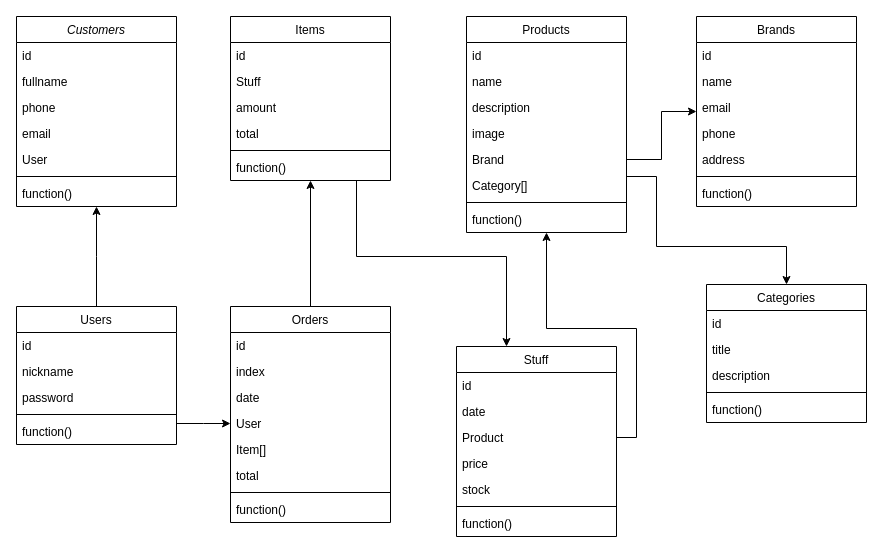
Earlier version of the draw.io diagram diagram.drawio (d3w3r/nestjs). Source tidied: cells renumbered, new cells numbered last; positions are measured from the earlier drawing's top-left corner, leaving out a move shared by most shapes. Both pictures are drawn from the tidied source at 100%, with x=0, y=0 at pixel (16, 16).
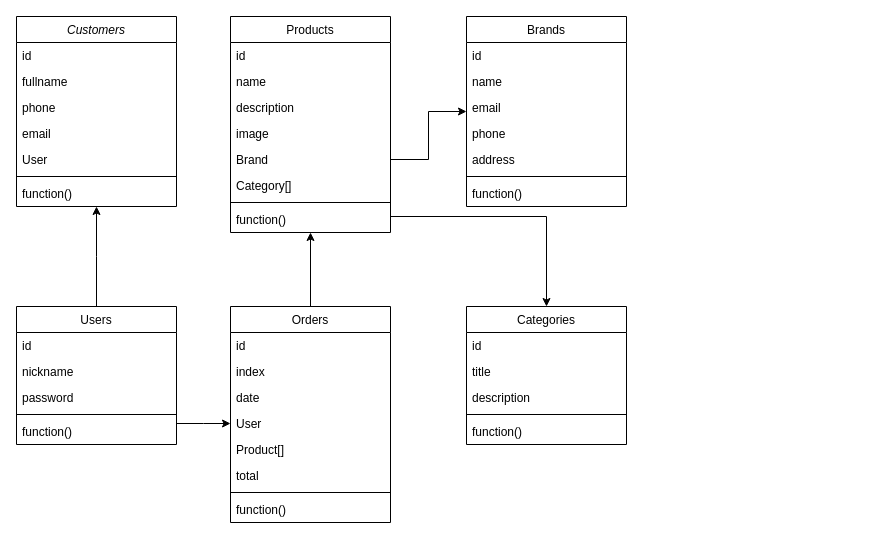
After the change.

Unchanged cells that the change refers to:
```xml
<mxCell id="17" value="Orders" style="swimlane;fontStyle=0;align=center;verticalAlign=top;horizontal=1;startSize=26;rounded=0;shadow=0;strokeWidth=1;" parent="1" vertex="1">
  <mxGeometry x="214" y="290" width="160" height="216" as="geometry" />
</mxCell>
```

The edit, as a diff of the source:
```diff
@@
-    <mxCell id="22" value="Item[]" style="text;align=left;verticalAlign=top;spacingLeft=4;spacingRight=4;overflow=hidden;" parent="17" vertex="1">
+    <mxCell id="22" value="Product[]" style="text;align=left;verticalAlign=top;spacingLeft=4;spacingRight=4;overflow=hidden;" parent="17" vertex="1">
       <mxGeometry y="130" width="160" height="26" as="geometry" />
     </mxCell>
@@
     <mxCell id="26" value="Products" style="swimlane;fontStyle=0;align=center;verticalAlign=top;horizontal=1;startSize=26;rounded=0;shadow=0;strokeWidth=1;" parent="1" vertex="1">
-      <mxGeometry x="450" width="160" height="216" as="geometry" />
+      <mxGeometry x="214" width="160" height="216" as="geometry" />
     </mxCell>
@@
     <mxCell id="35" value="Categories" style="swimlane;fontStyle=0;align=center;verticalAlign=top;horizontal=1;startSize=26;rounded=0;shadow=0;strokeWidth=1;" parent="1" vertex="1">
-      <mxGeometry x="690" y="268" width="160" height="138" as="geometry" />
+      <mxGeometry x="450" y="290" width="160" height="138" as="geometry" />
     </mxCell>
@@
     <mxCell id="41" value="Brands" style="swimlane;fontStyle=0;align=center;verticalAlign=top;horizontal=1;startSize=26;rounded=0;shadow=0;strokeWidth=1;" parent="1" vertex="1">
-      <mxGeometry x="680" width="160" height="190" as="geometry" />
+      <mxGeometry x="450" width="160" height="190" as="geometry" />
     </mxCell>
@@
     <mxCell id="51" style="edgeStyle=orthogonalEdgeStyle;rounded=0;jettySize=auto;html=1;" parent="1" edge="1" source="26" target="35">
       <mxGeometry relative="1" as="geometry">
         <Array as="points">
-          <mxPoint x="640" y="160" />
-          <mxPoint x="640" y="230" />
-          <mxPoint x="770" y="230" />
+          <mxPoint x="530" y="200" />
         </Array>
       </mxGeometry>
     </mxCell>
-    <mxCell id="52" value="Items" style="swimlane;fontStyle=0;align=center;verticalAlign=top;horizontal=1;startSize=26;rounded=0;shadow=0;strokeWidth=1;" parent="1" vertex="1">
-      <mxGeometry x="214" width="160" height="164" as="geometry" />
-    </mxCell>
-    <mxCell id="53" value="id" style="text;align=left;verticalAlign=top;spacingLeft=4;spacingRight=4;overflow=hidden;" parent="52" vertex="1">
-      <mxGeometry y="26" width="160" height="26" as="geometry" />
-    </mxCell>
-    <mxCell id="54" value="Stuff" style="text;align=left;verticalAlign=top;spacingLeft=4;spacingRight=4;overflow=hidden;" parent="52" vertex="1">
-      <mxGeometry y="52" width="160" height="26" as="geometry" />
-    </mxCell>
-    <mxCell id="55" value="amount" style="text;align=left;verticalAlign=top;spacingLeft=4;spacingRight=4;overflow=hidden;" parent="52" vertex="1">
-      <mxGeometry y="78" width="160" height="26" as="geometry" />
-    </mxCell>
-    <mxCell id="56" value="total" style="text;align=left;verticalAlign=top;spacingLeft=4;spacingRight=4;overflow=hidden;" parent="52" vertex="1">
-      <mxGeometry y="104" width="160" height="26" as="geometry" />
-    </mxCell>
-    <mxCell id="57" style="line;html=1;strokeWidth=1;align=left;verticalAlign=middle;spacingTop=-1;spacingLeft=3;spacingRight=3;labelPosition=right;" parent="52" vertex="1">
-      <mxGeometry y="130" width="160" height="8" as="geometry" />
-    </mxCell>
-    <mxCell id="58" value="function()" style="text;align=left;verticalAlign=top;spacingLeft=4;spacingRight=4;overflow=hidden;" parent="52" vertex="1">
-      <mxGeometry y="138" width="160" height="26" as="geometry" />
-    </mxCell>
-    <mxCell id="59" style="edgeStyle=orthogonalEdgeStyle;rounded=0;jettySize=auto;html=1;" parent="1" edge="1" source="52" target="61">
-      <mxGeometry relative="1" as="geometry">
-        <Array as="points">
-          <mxPoint x="340" y="240" />
-          <mxPoint x="490" y="240" />
-        </Array>
-      </mxGeometry>
-    </mxCell>
-    <mxCell id="60" style="edgeStyle=orthogonalEdgeStyle;rounded=0;jettySize=auto;html=1;" parent="1" edge="1" source="17" target="52">
+    <mxCell id="60" style="edgeStyle=orthogonalEdgeStyle;rounded=0;jettySize=auto;html=1;" parent="1" edge="1" source="17" target="26">
       <mxGeometry relative="1" as="geometry" />
     </mxCell>
-    <mxCell id="61" value="Stuff" style="swimlane;fontStyle=0;align=center;verticalAlign=top;horizontal=1;startSize=26;rounded=0;shadow=0;strokeWidth=1;" parent="1" vertex="1">
-      <mxGeometry x="440" y="330" width="160" height="190" as="geometry" />
-    </mxCell>
-    <mxCell id="62" value="id" style="text;align=left;verticalAlign=top;spacingLeft=4;spacingRight=4;overflow=hidden;" parent="61" vertex="1">
-      <mxGeometry y="26" width="160" height="26" as="geometry" />
-    </mxCell>
-    <mxCell id="63" value="date" style="text;align=left;verticalAlign=top;spacingLeft=4;spacingRight=4;overflow=hidden;rounded=0;shadow=0;html=0;" parent="61" vertex="1">
-      <mxGeometry y="52" width="160" height="26" as="geometry" />
-    </mxCell>
-    <mxCell id="64" value="Product" style="text;align=left;verticalAlign=top;spacingLeft=4;spacingRight=4;overflow=hidden;points=[[0,0.5],[1,0.5]];portConstraint=eastwest;rounded=0;shadow=0;html=0;" parent="61" vertex="1">
-      <mxGeometry y="78" width="160" height="26" as="geometry" />
-    </mxCell>
-    <mxCell id="65" value="price" style="text;align=left;verticalAlign=top;spacingLeft=4;spacingRight=4;overflow=hidden;rounded=0;shadow=0;html=0;" parent="61" vertex="1">
-      <mxGeometry y="104" width="160" height="26" as="geometry" />
-    </mxCell>
-    <mxCell id="66" value="stock" style="text;align=left;verticalAlign=top;spacingLeft=4;spacingRight=4;overflow=hidden;rounded=0;shadow=0;html=0;" parent="61" vertex="1">
-      <mxGeometry y="130" width="160" height="26" as="geometry" />
-    </mxCell>
-    <mxCell id="67" style="line;html=1;strokeWidth=1;align=left;verticalAlign=middle;spacingTop=-1;spacingLeft=3;spacingRight=3;labelPosition=right;" parent="61" vertex="1">
-      <mxGeometry y="156" width="160" height="8" as="geometry" />
-    </mxCell>
-    <mxCell id="68" value="function()" style="text;align=left;verticalAlign=top;spacingLeft=4;spacingRight=4;overflow=hidden;" parent="61" vertex="1">
-      <mxGeometry y="164" width="160" height="26" as="geometry" />
-    </mxCell>
-    <mxCell id="69" style="edgeStyle=orthogonalEdgeStyle;rounded=0;jettySize=auto;html=1;" parent="1" edge="1" source="64" target="26">
-      <mxGeometry relative="1" as="geometry" />
-    </mxCell>
```
